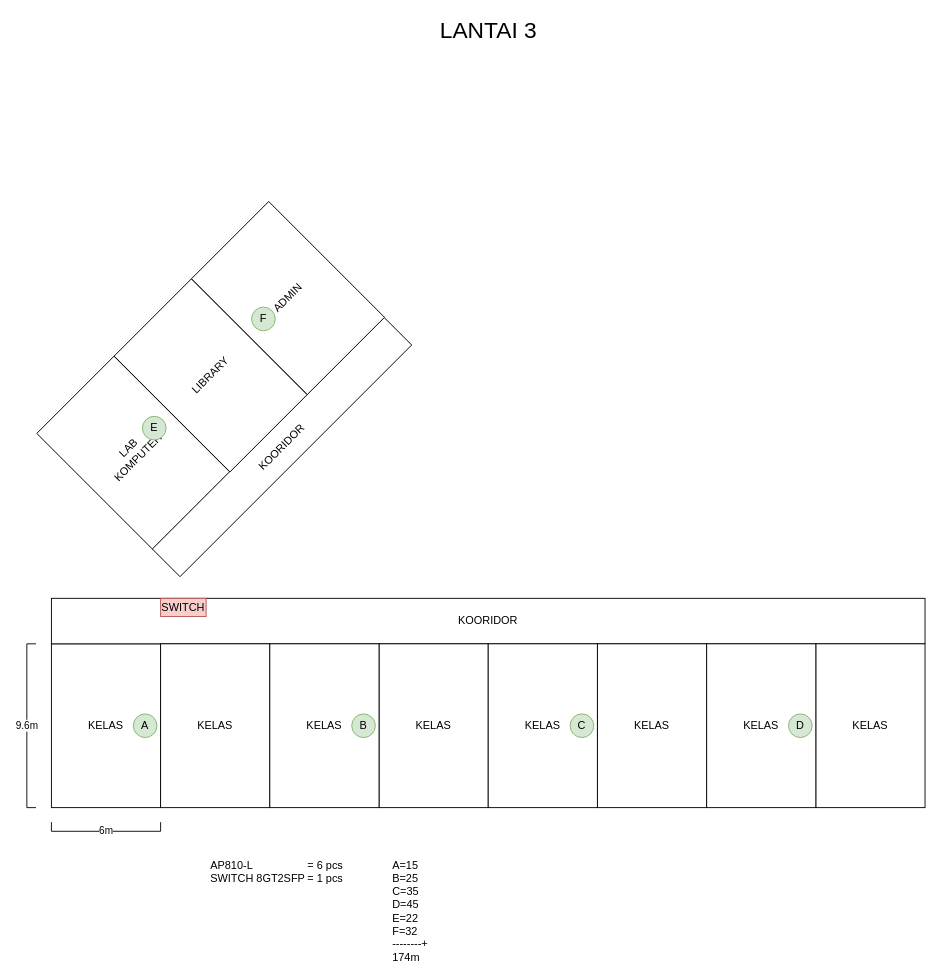
Before: page "LANTAI 3" (4 of 5) of Denah & Topologi Maria Regina School.drawio in hnkzf/topologi-site, a draw.io diagram. Source tidied: cells renumbered, new cells numbered last; positions are measured from the earlier drawing's top-left corner, leaving out a move shared by most shapes. Both pictures are drawn from the tidied source at 91%, with x=0, y=0 at pixel (26, 15).
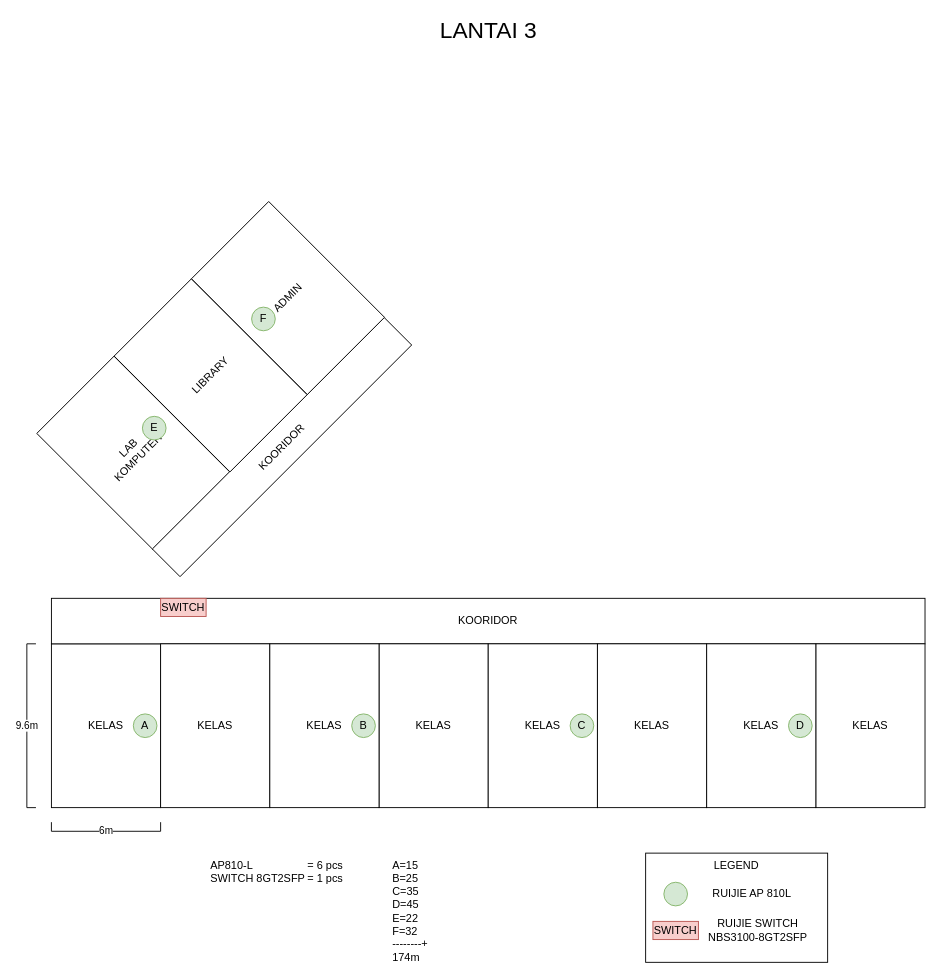
The same page after the edit.

The edit, as a diff of the source:
```diff
@@
+    <mxCell id="27" value="LEGEND" style="rounded=0;whiteSpace=wrap;html=1;verticalAlign=top;" parent="1" vertex="1">
+      <mxGeometry x="680" y="920" width="200" height="120" as="geometry" />
+    </mxCell>
+    <mxCell id="28" style="ellipse;whiteSpace=wrap;html=1;fillColor=#d5e8d4;strokeColor=#82b366;" parent="1" vertex="1">
+      <mxGeometry x="700" y="952" width="26" height="26" as="geometry" />
+    </mxCell>
+    <mxCell id="29" value="SWITCH" style="rounded=0;whiteSpace=wrap;html=1;fillColor=#f8cecc;strokeColor=#b85450;" parent="1" vertex="1">
+      <mxGeometry x="688" y="995" width="50" height="20" as="geometry" />
+    </mxCell>
+    <mxCell id="30" value="RUIJIE AP 810L" style="text;html=1;whiteSpace=wrap;strokeColor=none;fillColor=none;align=center;verticalAlign=middle;rounded=0;" parent="1" vertex="1">
+      <mxGeometry x="747" y="950" width="100" height="30" as="geometry" />
+    </mxCell>
+    <mxCell id="31" value="RUIJIE SWITCH&lt;div&gt;NBS3100-8GT2SFP&lt;/div&gt;" style="text;html=1;whiteSpace=wrap;strokeColor=none;fillColor=none;align=center;verticalAlign=middle;rounded=0;" parent="1" vertex="1">
+      <mxGeometry x="747" y="990" width="113" height="30" as="geometry" />
+    </mxCell>
```
